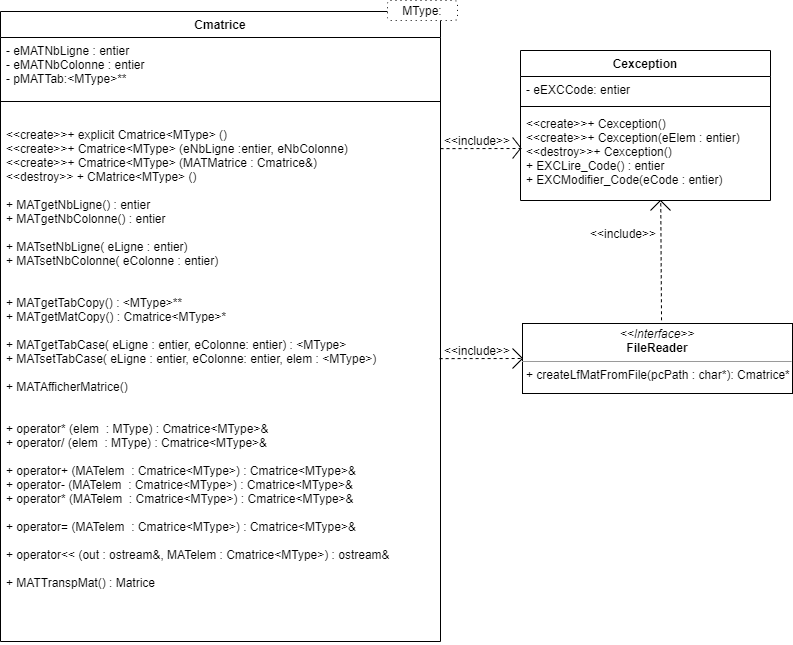
The draw.io diagram ClassDiagram.png in Banalian/ProjetTutCpp, before a commit. Source tidied: cells renumbered, new cells last; positions are measured from the earlier drawing's top-left corner, leaving out a move shared by most shapes.
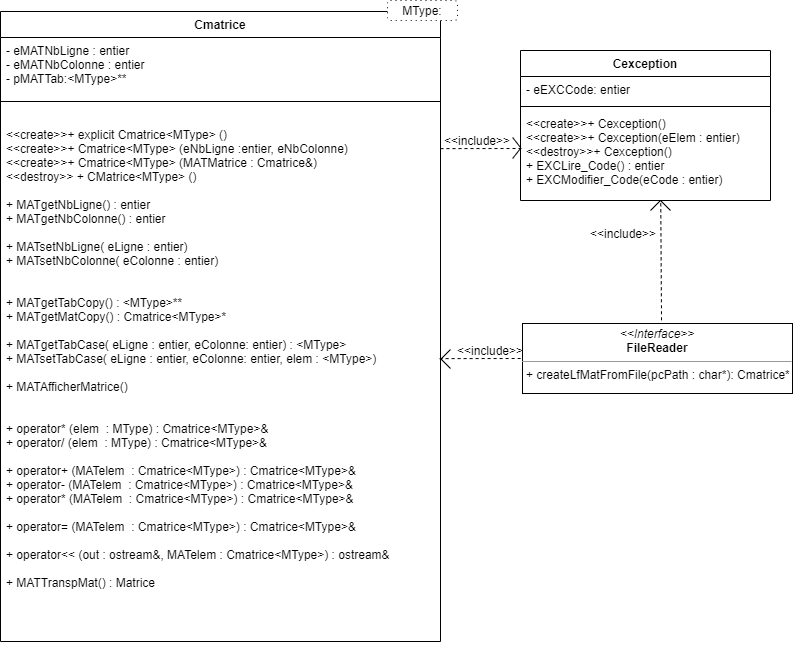
Later version of the same file.

Change to the diagram source:
```diff
@@ -11,6 +11,12 @@
     <mxCell id="4" style="line;strokeWidth=1;fillColor=none;align=left;verticalAlign=middle;spacingTop=-1;spacingLeft=3;spacingRight=3;labelPosition=right;" parent="2" vertex="1">
       <mxGeometry y="70" width="440" height="40" as="geometry" />
     </mxCell>
+    <mxCell id="15" style="endArrow=none;html=1;" parent="2" edge="1">
+      <mxGeometry relative="1" as="geometry">
+        <mxPoint x="450" y="338" as="sourcePoint" />
+        <mxPoint x="440" y="348" as="targetPoint" />
+      </mxGeometry>
+    </mxCell>
     <mxCell id="5" value="&lt;&lt;create&gt;&gt;+ explicit Cmatrice&lt;MType&gt; ()&#10;&lt;&lt;create&gt;&gt;+ Cmatrice&lt;MType&gt; (eNbLigne :entier, eNbColonne)&#10;&lt;&lt;create&gt;&gt;+ Cmatrice&lt;MType&gt; (MATMatrice : Cmatrice&amp;)&#10;&lt;&lt;destroy&gt;&gt; + CMatrice&lt;MType&gt; ()&#10;&#10;+ MATgetNbLigne() : entier&#10;+ MATgetNbColonne() : entier&#10;&#10;+ MATsetNbLigne( eLigne : entier)&#10;+ MATsetNbColonne( eColonne : entier)&#10;&#10;&#10;+ MATgetTabCopy() : &lt;MType&gt;**&#10;+ MATgetMatCopy() : Cmatrice&lt;MType&gt;*&#10;&#10;+ MATgetTabCase( eLigne : entier, eColonne: entier) : &lt;MType&gt;&#10;+ MATsetTabCase( eLigne : entier, eColonne: entier, elem : &lt;MType&gt;)&#10;&#10;+ MATAfficherMatrice()&#10;&#10;&#10;+ operator* (elem  : MType) : Cmatrice&lt;MType&gt;&amp;&#10;+ operator/ (elem  : MType) : Cmatrice&lt;MType&gt;&amp;&#10;&#10;+ operator+ (MATelem  : Cmatrice&lt;MType&gt;) : Cmatrice&lt;MType&gt;&amp;&#10;+ operator- (MATelem  : Cmatrice&lt;MType&gt;) : Cmatrice&lt;MType&gt;&amp;&#10;+ operator* (MATelem  : Cmatrice&lt;MType&gt;) : Cmatrice&lt;MType&gt;&amp;&#10;&#10;+ operator= (MATelem  : Cmatrice&lt;MType&gt;) : Cmatrice&lt;MType&gt;&amp;&#10;&#10;+ operator&lt;&lt; (out : ostream&amp;, MATelem : Cmatrice&lt;MType&gt;) : ostream&amp;&#10;&#10;+ MATTranspMat() : Matrice&#10;" style="text;strokeColor=none;fillColor=none;align=left;verticalAlign=top;spacingLeft=4;spacingRight=4;overflow=hidden;points=[[0,0.5],[1,0.5]];portConstraint=eastwest;" parent="2" vertex="1">
       <mxGeometry y="110" width="440" height="520" as="geometry" />
     </mxCell>
@@ -39,20 +45,14 @@
       <mxGeometry relative="1" as="geometry" />
     </mxCell>
     <mxCell id="13" value="&amp;lt;&amp;lt;include&amp;gt;&amp;gt;" style="text;html=1;strokeColor=none;fillColor=none;align=center;verticalAlign=middle;whiteSpace=wrap;rounded=0;" parent="1" vertex="1">
-      <mxGeometry x="457" y="340" width="40" height="20" as="geometry" />
+      <mxGeometry x="470" y="340" width="40" height="20" as="geometry" />
     </mxCell>
     <mxCell id="14" style="endArrow=none;html=1;" parent="1" edge="1">
       <mxGeometry relative="1" as="geometry">
-        <mxPoint x="512" y="348" as="sourcePoint" />
-        <mxPoint x="522" y="358" as="targetPoint" />
+        <mxPoint x="440" y="358" as="sourcePoint" />
+        <mxPoint x="450" y="368" as="targetPoint" />
       </mxGeometry>
     </mxCell>
-    <mxCell id="15" style="endArrow=none;html=1;" parent="1" edge="1">
-      <mxGeometry relative="1" as="geometry">
-        <mxPoint x="522" y="358" as="sourcePoint" />
-        <mxPoint x="512" y="368" as="targetPoint" />
-      </mxGeometry>
-    </mxCell>
     <mxCell id="16" style="endArrow=none;dashed=1;html=1;entryX=0;entryY=0.5;entryDx=0;entryDy=0;exitX=0.998;exitY=0.456;exitDx=0;exitDy=0;exitPerimeter=0;" parent="1" edge="1">
       <mxGeometry relative="1" as="geometry">
         <mxPoint x="440" y="148.1" as="sourcePoint" />
```
